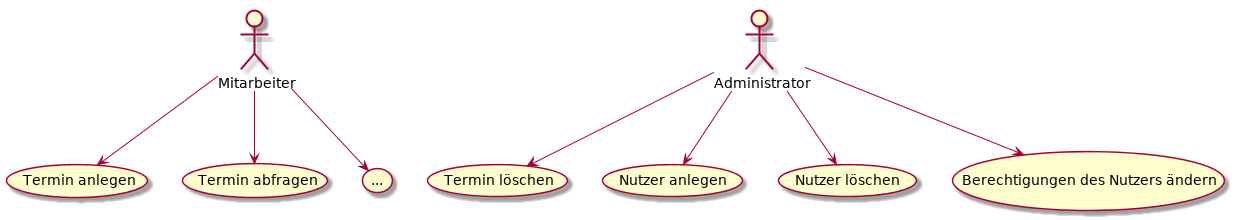
The PlantUML diagram docs/uml/usecase1.png in hftlclub/stecker-slackbot, before a commit. Its diagram source:
```plantuml
@startuml

:Mitarbeiter: as MA
MA --> (Termin anlegen)
MA --> (Termin abfragen)
MA --> (...)

:Administrator: as admin
admin --> (Termin löschen)
admin --> (Nutzer anlegen)
admin --> (Nutzer löschen)
admin --> (Berechtigungen des Nutzers ändern)

@enduml
```
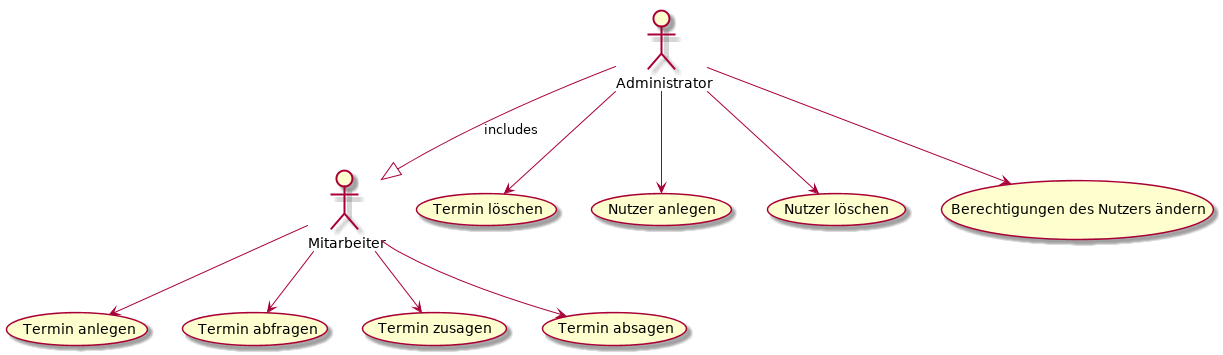
After the commit.

Commit message:
datenmodell dazu & usecase aktualisiert

The edit, as a diff of the source:
```diff
@@ -3,7 +3,8 @@
 :Mitarbeiter: as MA
 MA --> (Termin anlegen)
 MA --> (Termin abfragen)
-MA --> (...)
+MA --> (Termin zusagen)
+MA --> (Termin absagen)
 
 :Administrator: as admin
 admin --> (Termin löschen)
@@ -11,4 +12,6 @@
 admin --> (Nutzer löschen)
 admin --> (Berechtigungen des Nutzers ändern)
 
+admin --|> MA : includes
+
 @enduml
```
